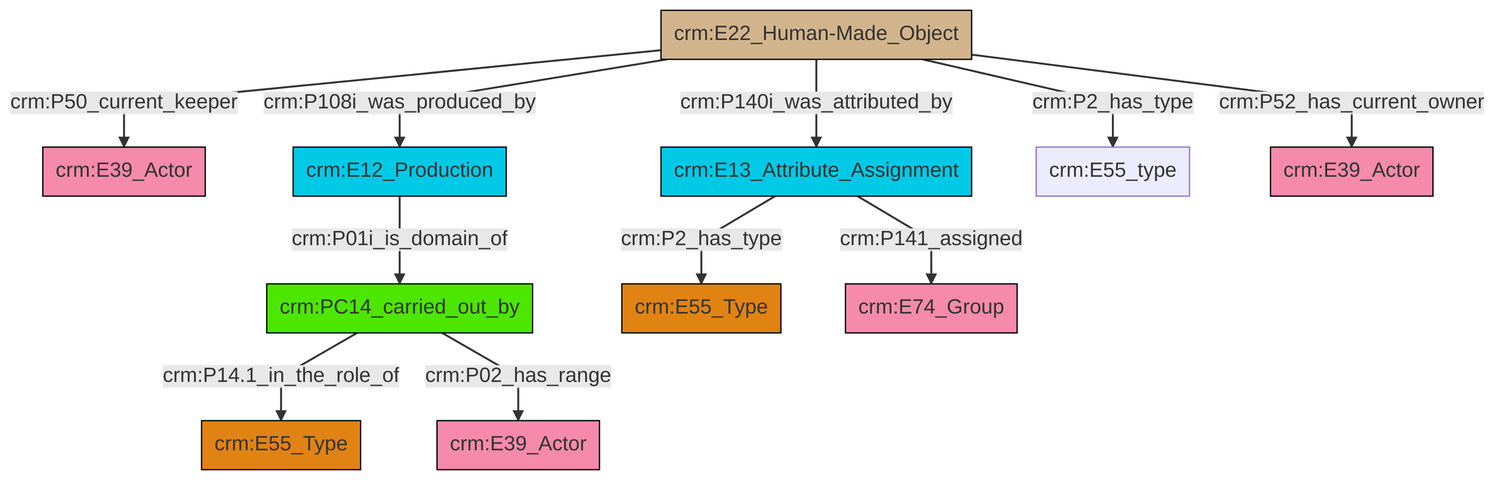
Above: et/artworkCSV/ttl/mmd/png/Artwork_Actor_Relations.png in swiss-art-research-net/docs.swissartresearch (Mermaid), before the change. Its source is kept beside it as et/artworkCSV/ttl/mmd/Artwork_Actor_Relations.ttl.mmd.
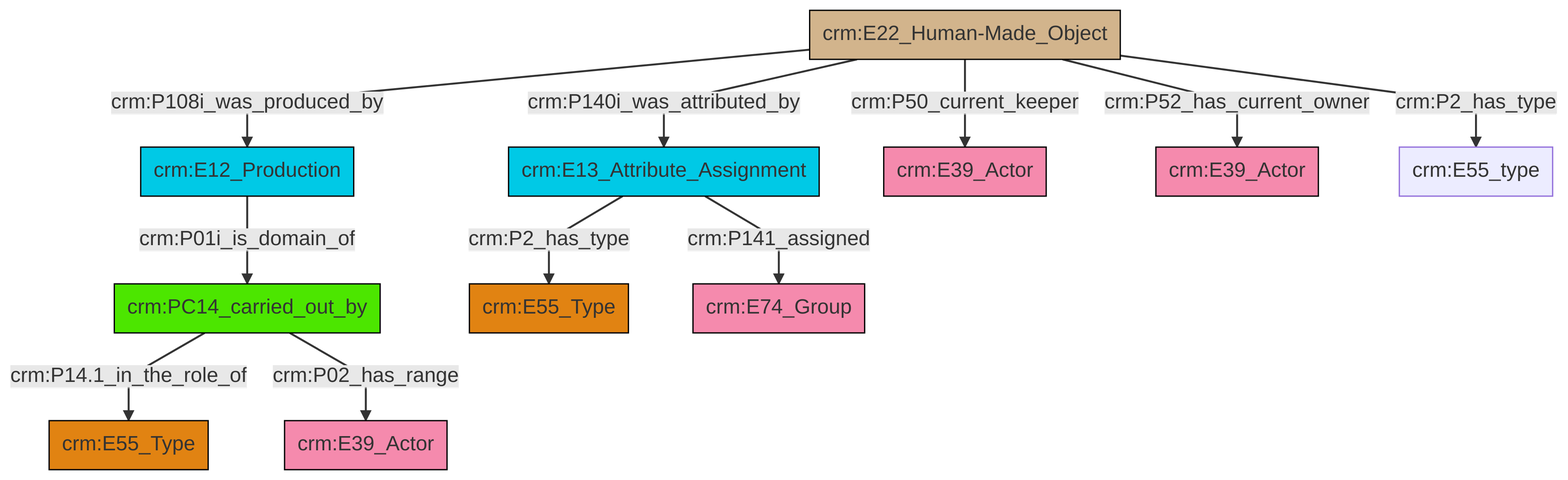
Later version of the same file.

What changed in the source:
```diff
@@ -13,13 +13,13 @@
 classDef PC_Classes fill:#4ce600, stroke:#000000;
 classDef Multi fill:#cccccc,stroke:#000000;
 
-2["crm:E22_Human-Made_Object"]:::Physical_Thing -->|crm:P50_current_keeper| 3["crm:E39_Actor"]:::Actor
-4["crm:E12_Production"]:::Temporal_Entity -->|crm:P01i_is_domain_of| 5["crm:PC14_carried_out_by"]:::PC_Classes
-2["crm:E22_Human-Made_Object"]:::Physical_Thing -->|crm:P108i_was_produced_by| 4["crm:E12_Production"]:::Temporal_Entity
-9["crm:E13_Attribute_Assignment"]:::Temporal_Entity -->|crm:P141_assigned| 10["crm:E74_Group"]:::Actor
-2["crm:E22_Human-Made_Object"]:::Physical_Thing -->|crm:P2_has_type| 12["crm:E55_type"]:::Default
-9["crm:E13_Attribute_Assignment"]:::Temporal_Entity -->|crm:P2_has_type| 6["crm:E55_Type"]:::Type
-2["crm:E22_Human-Made_Object"]:::Physical_Thing -->|crm:P52_has_current_owner| 15["crm:E39_Actor"]:::Actor
-5["crm:PC14_carried_out_by"]:::PC_Classes -->|crm:P14.1_in_the_role_of| 18["crm:E55_Type"]:::Type
-5["crm:PC14_carried_out_by"]:::PC_Classes -->|crm:P02_has_range| 0["crm:E39_Actor"]:::Actor
-2["crm:E22_Human-Made_Object"]:::Physical_Thing -->|crm:P140i_was_attributed_by| 9["crm:E13_Attribute_Assignment"]:::Temporal_Entity
+0["crm:E12_Production"]:::Temporal_Entity -->|crm:P01i_is_domain_of| 1["crm:PC14_carried_out_by"]:::PC_Classes
+4["crm:E13_Attribute_Assignment"]:::Temporal_Entity -->|crm:P141_assigned| 5["crm:E74_Group"]:::Actor
+6["crm:E22_Human-Made_Object"]:::Physical_Thing -->|crm:P108i_was_produced_by| 0["crm:E12_Production"]:::Temporal_Entity
+4["crm:E13_Attribute_Assignment"]:::Temporal_Entity -->|crm:P2_has_type| 2["crm:E55_Type"]:::Type
+1["crm:PC14_carried_out_by"]:::PC_Classes -->|crm:P14.1_in_the_role_of| 7["crm:E55_Type"]:::Type
+6["crm:E22_Human-Made_Object"]:::Physical_Thing -->|crm:P52_has_current_owner| 11["crm:E39_Actor"]:::Actor
+6["crm:E22_Human-Made_Object"]:::Physical_Thing -->|crm:P2_has_type| 13["crm:E55_type"]:::Default
+1["crm:PC14_carried_out_by"]:::PC_Classes -->|crm:P02_has_range| 15["crm:E39_Actor"]:::Actor
+6["crm:E22_Human-Made_Object"]:::Physical_Thing -->|crm:P50_current_keeper| 9["crm:E39_Actor"]:::Actor
+6["crm:E22_Human-Made_Object"]:::Physical_Thing -->|crm:P140i_was_attributed_by| 4["crm:E13_Attribute_Assignment"]:::Temporal_Entity
```
